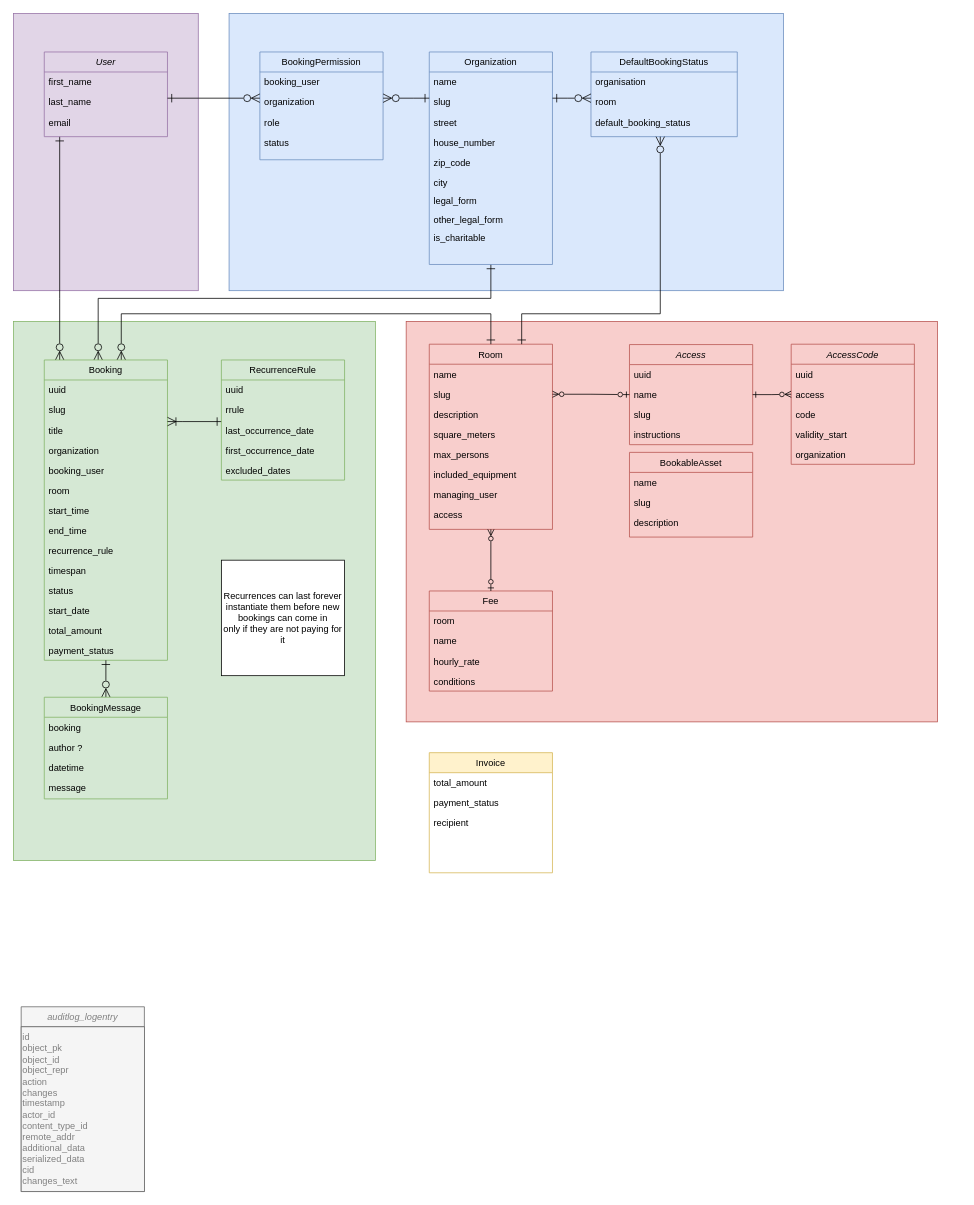
Haus-des-Engagements/re-sharing keeps this draw.io diagram as docs/modelling/erd-v1.2.1.drawio. Above is the earlier version. Source tidied: cells renumbered, new cells numbered last; positions are measured from the earlier drawing's top-left corner, leaving out a move shared by most shapes. Both pictures are drawn from the tidied source at 77%, with x=0, y=0 at pixel (13, 13).
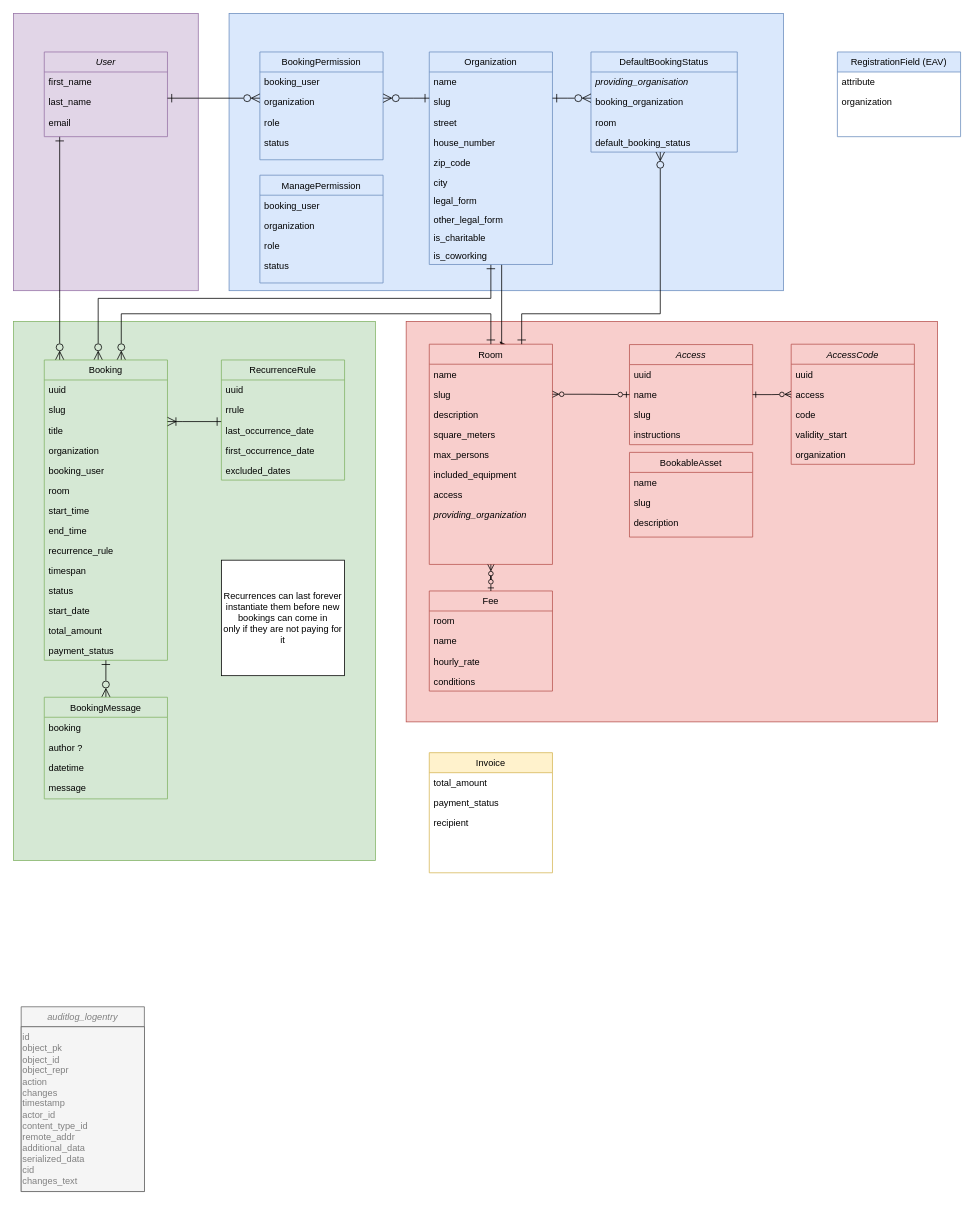
The same page after the edit.

Commit message (it also covers changes not shown here):
feat: create organization edit form

The change refers to these unchanged cells:
```xml
<mxCell id="12" value="Organization" style="swimlane;fontStyle=0;align=center;verticalAlign=top;horizontal=1;startSize=26;rounded=0;shadow=0;strokeWidth=1;fillColor=#dae8fc;strokeColor=#6c8ebf;" parent="1" vertex="1">
  <mxGeometry x="540" y="50" width="160" height="276" as="geometry" />
</mxCell>
```

Diff of the diagram source:
```diff
@@
+    <mxCell id="103" style="edgeStyle=orthogonalEdgeStyle;rounded=0;jettySize=auto;html=1;" parent="1" edge="1" source="12">
+      <mxGeometry relative="1" as="geometry">
+        <mxPoint x="640" y="430" as="targetPoint" />
+        <Array as="points">
+          <mxPoint x="634" y="430" />
+        </Array>
+      </mxGeometry>
+    </mxCell>
@@
+    <mxCell id="104" value="is_coworking" style="text;align=left;verticalAlign=top;spacingLeft=4;spacingRight=4;overflow=hidden;" parent="12" vertex="1">
+      <mxGeometry y="252" width="160" height="24" as="geometry" />
+    </mxCell>
     <mxCell id="22" value="Room" style="swimlane;fontStyle=0;align=center;verticalAlign=top;horizontal=1;startSize=26;rounded=0;shadow=0;strokeWidth=1;fillColor=#f8cecc;strokeColor=#b85450;" parent="1" vertex="1">
-      <mxGeometry x="540" y="429.5" width="160" height="240.5" as="geometry" />
+      <mxGeometry x="540" y="429.5" width="160" height="286" as="geometry" />
     </mxCell>
@@
-    <mxCell id="29" value="managing_user" style="text;align=left;verticalAlign=top;spacingLeft=4;spacingRight=4;overflow=hidden;rounded=0;shadow=0;html=0;" parent="22" vertex="1">
-      <mxGeometry y="182" width="160" height="26" as="geometry" />
-    </mxCell>
     <mxCell id="30" value="access" style="text;align=left;verticalAlign=top;spacingLeft=4;spacingRight=4;overflow=hidden;rounded=0;shadow=0;html=0;" parent="22" vertex="1">
-      <mxGeometry y="208" width="160" height="26" as="geometry" />
+      <mxGeometry y="182" width="160" height="26" as="geometry" />
     </mxCell>
+    <mxCell id="105" value="providing_organization" style="text;align=left;verticalAlign=top;spacingLeft=4;spacingRight=4;overflow=hidden;rounded=0;shadow=0;textShadow=0;fontStyle=2;fontSize=12;" parent="22" vertex="1">
+      <mxGeometry y="208" width="160" height="26" as="geometry" />
+    </mxCell>
@@
     <mxCell id="56" value="DefaultBookingStatus" style="swimlane;fontStyle=0;align=center;verticalAlign=top;horizontal=1;startSize=26;rounded=0;shadow=0;strokeWidth=1;fillColor=#dae8fc;strokeColor=#6c8ebf;" parent="1" vertex="1">
-      <mxGeometry x="750" y="50" width="190" height="110" as="geometry" />
+      <mxGeometry x="750" y="50" width="190" height="130" as="geometry" />
     </mxCell>
-    <mxCell id="57" value="organisation" style="text;align=left;verticalAlign=top;spacingLeft=4;spacingRight=4;overflow=hidden;" parent="56" vertex="1">
+    <mxCell id="57" value="providing_organisation" style="text;align=left;verticalAlign=top;spacingLeft=4;spacingRight=4;overflow=hidden;fontStyle=2;" parent="56" vertex="1">
       <mxGeometry y="26" width="190" height="26" as="geometry" />
     </mxCell>
+    <mxCell id="106" value="booking_organization" style="text;align=left;verticalAlign=top;spacingLeft=4;spacingRight=4;overflow=hidden;" parent="56" vertex="1">
+      <mxGeometry y="52" width="190" height="26" as="geometry" />
+    </mxCell>
     <mxCell id="58" value="room" style="text;align=left;verticalAlign=top;spacingLeft=4;spacingRight=4;overflow=hidden;rounded=0;shadow=0;html=0;" parent="56" vertex="1">
-      <mxGeometry y="52" width="190" height="26" as="geometry" />
+      <mxGeometry y="78" width="190" height="26" as="geometry" />
     </mxCell>
     <mxCell id="59" value="default_booking_status" style="text;align=left;verticalAlign=top;spacingLeft=4;spacingRight=4;overflow=hidden;rounded=0;shadow=0;html=0;" parent="56" vertex="1">
-      <mxGeometry y="78" width="190" height="26" as="geometry" />
+      <mxGeometry y="104" width="190" height="26" as="geometry" />
     </mxCell>
@@
+    <mxCell id="107" value="ManagePermission" style="swimlane;fontStyle=0;align=center;verticalAlign=top;horizontal=1;startSize=26;rounded=0;shadow=0;strokeWidth=1;fillColor=#dae8fc;strokeColor=#6c8ebf;" parent="1" vertex="1">
+      <mxGeometry x="320" y="210" width="160" height="140" as="geometry" />
+    </mxCell>
+    <mxCell id="108" value="booking_user" style="text;align=left;verticalAlign=top;spacingLeft=4;spacingRight=4;overflow=hidden;" parent="107" vertex="1">
+      <mxGeometry y="26" width="160" height="26" as="geometry" />
+    </mxCell>
+    <mxCell id="109" value="organization" style="text;align=left;verticalAlign=top;spacingLeft=4;spacingRight=4;overflow=hidden;rounded=0;shadow=0;html=0;" parent="107" vertex="1">
+      <mxGeometry y="52" width="160" height="26" as="geometry" />
+    </mxCell>
+    <mxCell id="110" value="role" style="text;align=left;verticalAlign=top;spacingLeft=4;spacingRight=4;overflow=hidden;rounded=0;shadow=0;html=0;" parent="107" vertex="1">
+      <mxGeometry y="78" width="160" height="26" as="geometry" />
+    </mxCell>
+    <mxCell id="111" value="status" style="text;align=left;verticalAlign=top;spacingLeft=4;spacingRight=4;overflow=hidden;rounded=0;shadow=0;html=0;" parent="107" vertex="1">
+      <mxGeometry y="104" width="160" height="26" as="geometry" />
+    </mxCell>
+    <mxCell id="112" value="RegistrationField (EAV)" style="swimlane;fontStyle=0;align=center;verticalAlign=top;horizontal=1;startSize=26;rounded=0;shadow=0;strokeWidth=1;fillColor=#dae8fc;strokeColor=#6c8ebf;" parent="1" vertex="1">
+      <mxGeometry x="1070" y="50" width="160" height="110" as="geometry" />
+    </mxCell>
+    <mxCell id="113" value="attribute" style="text;align=left;verticalAlign=top;spacingLeft=4;spacingRight=4;overflow=hidden;" parent="112" vertex="1">
+      <mxGeometry y="26" width="160" height="26" as="geometry" />
+    </mxCell>
+    <mxCell id="114" value="organization" style="text;align=left;verticalAlign=top;spacingLeft=4;spacingRight=4;overflow=hidden;" parent="112" vertex="1">
+      <mxGeometry y="52" width="160" height="24" as="geometry" />
+    </mxCell>
```
